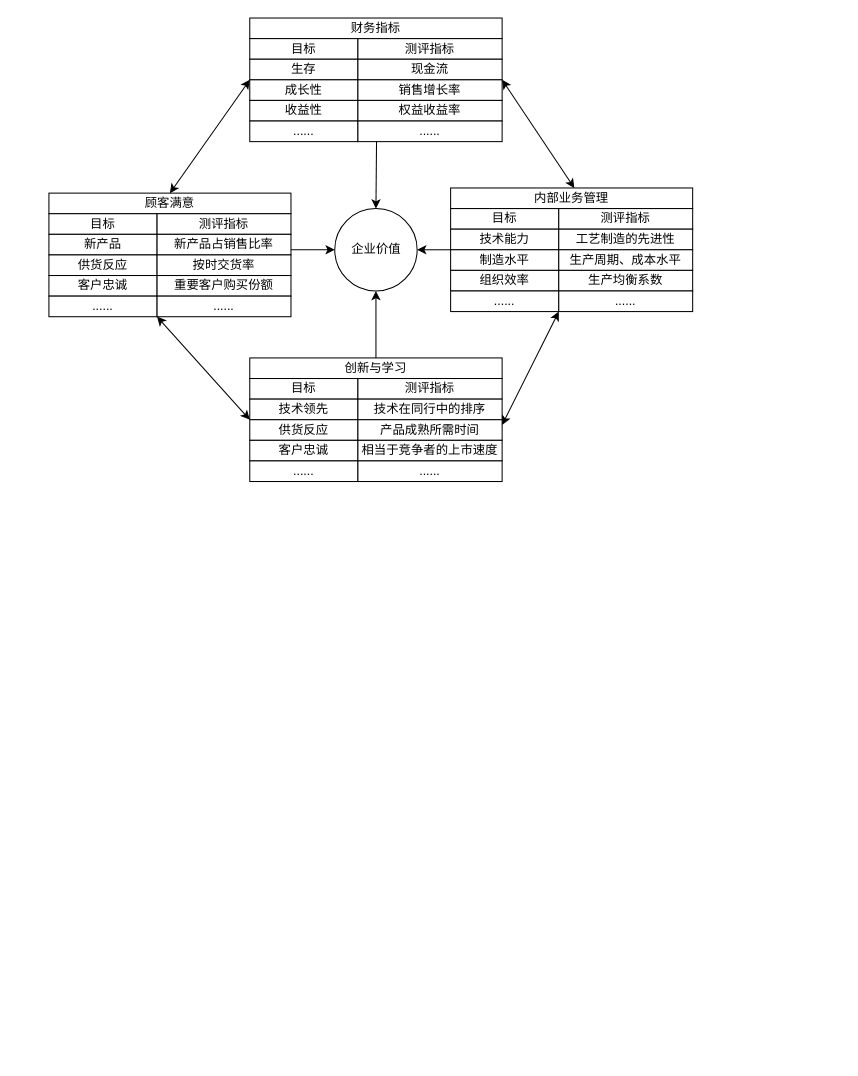
Earlier version of the draw.io diagram page "Page-3" (3 of 4) of strategic_management.drawio (XiaoLiuAI/diagrams). Source tidied: cells renumbered, new cells numbered last; positions are measured from the earlier drawing's top-left corner, leaving out a move shared by most shapes. Both pictures are drawn from the tidied source at 103%, with x=0, y=0 at pixel (48, 18).
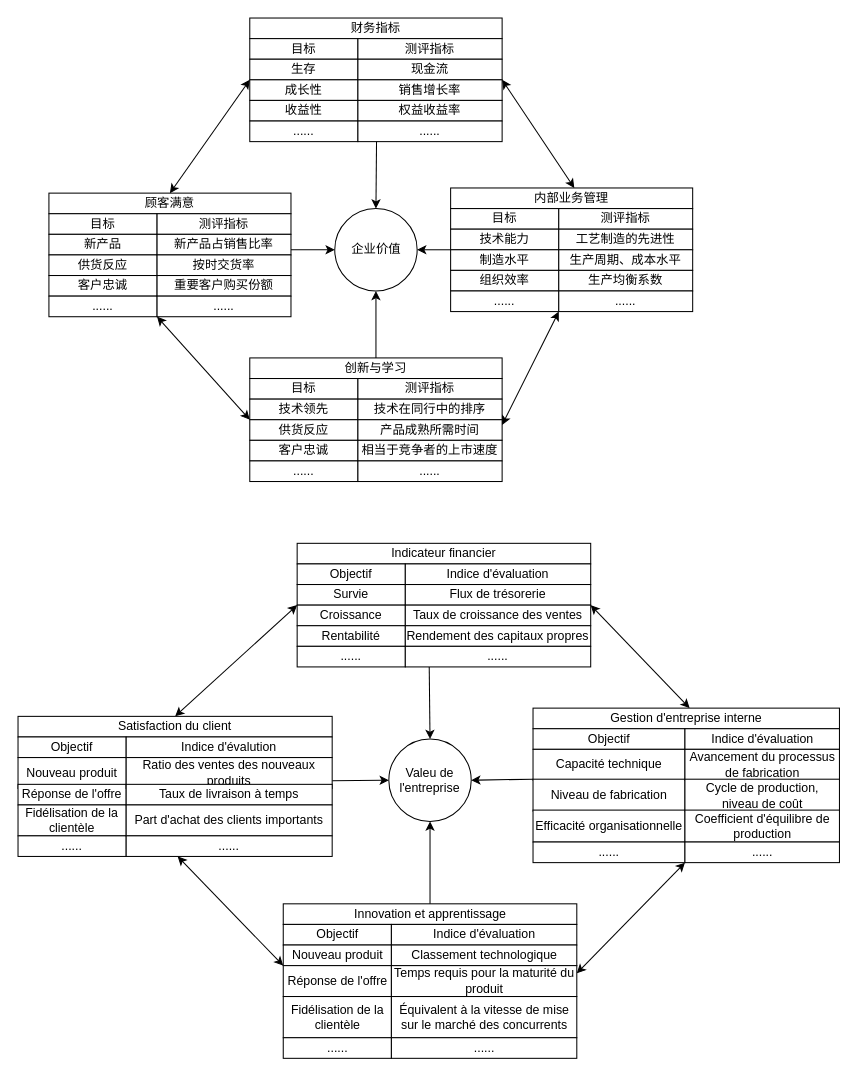
Above is the later version.

What changed in the source:
```diff
@@
+    <mxCell id="55" value="Indicateur financier" style="rounded=0;whiteSpace=wrap;html=1;" parent="1" vertex="1">
+      <mxGeometry x="241" y="510" width="285" height="20" as="geometry" />
+    </mxCell>
+    <mxCell id="56" value="Objectif" style="rounded=0;whiteSpace=wrap;html=1;" parent="1" vertex="1">
+      <mxGeometry x="241" y="530" width="105" height="20" as="geometry" />
+    </mxCell>
+    <mxCell id="57" value="Survie" style="rounded=0;whiteSpace=wrap;html=1;" parent="1" vertex="1">
+      <mxGeometry x="241" y="550" width="105" height="20" as="geometry" />
+    </mxCell>
+    <mxCell id="58" value="Croissance" style="rounded=0;whiteSpace=wrap;html=1;" parent="1" vertex="1">
+      <mxGeometry x="241" y="570" width="105" height="20" as="geometry" />
+    </mxCell>
+    <mxCell id="59" value="Rentabilité" style="rounded=0;whiteSpace=wrap;html=1;" parent="1" vertex="1">
+      <mxGeometry x="241" y="590" width="105" height="20" as="geometry" />
+    </mxCell>
+    <mxCell id="60" value="......" style="rounded=0;whiteSpace=wrap;html=1;" parent="1" vertex="1">
+      <mxGeometry x="241" y="610" width="105" height="20" as="geometry" />
+    </mxCell>
+    <mxCell id="61" value="Indice d'évaluation" style="rounded=0;whiteSpace=wrap;html=1;" parent="1" vertex="1">
+      <mxGeometry x="346" y="530" width="180" height="20" as="geometry" />
+    </mxCell>
+    <mxCell id="62" value="Flux de trésorerie" style="rounded=0;whiteSpace=wrap;html=1;" parent="1" vertex="1">
+      <mxGeometry x="346" y="550" width="180" height="20" as="geometry" />
+    </mxCell>
+    <mxCell id="63" value="Taux de croissance des ventes" style="rounded=0;whiteSpace=wrap;html=1;" parent="1" vertex="1">
+      <mxGeometry x="346" y="570" width="180" height="20" as="geometry" />
+    </mxCell>
+    <mxCell id="64" value="Rendement des capitaux propres" style="rounded=0;whiteSpace=wrap;html=1;" parent="1" vertex="1">
+      <mxGeometry x="346" y="590" width="180" height="20" as="geometry" />
+    </mxCell>
+    <mxCell id="65" value="......" style="rounded=0;whiteSpace=wrap;html=1;" parent="1" vertex="1">
+      <mxGeometry x="346" y="610" width="180" height="20" as="geometry" />
+    </mxCell>
+    <mxCell id="66" style="endArrow=classic;startArrow=classic;html=1;entryX=0;entryY=0;entryDx=0;entryDy=0;exitX=0.5;exitY=0;exitDx=0;exitDy=0;" parent="1" edge="1" source="87" target="58">
+      <mxGeometry relative="1" as="geometry" />
+    </mxCell>
+    <mxCell id="67" style="endArrow=classic;startArrow=classic;html=1;entryX=1;entryY=0;entryDx=0;entryDy=0;exitX=0.511;exitY=0;exitDx=0;exitDy=0;exitPerimeter=0;" parent="1" edge="1" source="99" target="63">
+      <mxGeometry relative="1" as="geometry" />
+    </mxCell>
+    <mxCell id="68" value="Innovation et apprentissage" style="rounded=0;whiteSpace=wrap;html=1;" parent="1" vertex="1">
+      <mxGeometry x="227.5" y="860" width="285" height="20" as="geometry" />
+    </mxCell>
+    <mxCell id="69" value="Objectif" style="rounded=0;whiteSpace=wrap;html=1;" parent="1" vertex="1">
+      <mxGeometry x="227.5" y="880" width="105" height="20" as="geometry" />
+    </mxCell>
+    <mxCell id="70" value="Nouveau produit" style="rounded=0;whiteSpace=wrap;html=1;" parent="1" vertex="1">
+      <mxGeometry x="227.5" y="900" width="105" height="20" as="geometry" />
+    </mxCell>
+    <mxCell id="71" value="Réponse de l'offre" style="rounded=0;whiteSpace=wrap;html=1;" parent="1" vertex="1">
+      <mxGeometry x="227.5" y="920" width="105" height="30" as="geometry" />
+    </mxCell>
+    <mxCell id="72" value="Fidélisation de la clientèle" style="rounded=0;whiteSpace=wrap;html=1;" parent="1" vertex="1">
+      <mxGeometry x="227.5" y="950" width="105" height="40" as="geometry" />
+    </mxCell>
+    <mxCell id="73" value="......" style="rounded=0;whiteSpace=wrap;html=1;" parent="1" vertex="1">
+      <mxGeometry x="227.5" y="990" width="105" height="20" as="geometry" />
+    </mxCell>
+    <mxCell id="74" value="Indice d'évaluation" style="rounded=0;whiteSpace=wrap;html=1;" parent="1" vertex="1">
+      <mxGeometry x="332.5" y="880" width="180" height="20" as="geometry" />
+    </mxCell>
+    <mxCell id="75" value="Classement technologique" style="rounded=0;whiteSpace=wrap;html=1;" parent="1" vertex="1">
+      <mxGeometry x="332.5" y="900" width="180" height="20" as="geometry" />
+    </mxCell>
+    <mxCell id="76" value="Temps requis pour la maturité du produit" style="rounded=0;whiteSpace=wrap;html=1;" parent="1" vertex="1">
+      <mxGeometry x="332.5" y="920" width="180" height="30" as="geometry" />
+    </mxCell>
+    <mxCell id="77" value="&lt;span style=&quot;font-family: &amp;#34;arial&amp;#34;&quot;&gt;&lt;font style=&quot;font-size: 12px&quot;&gt;Équivalent à la vitesse de mise sur le marché des concurrents&lt;/font&gt;&lt;/span&gt;" style="rounded=0;whiteSpace=wrap;html=1;" parent="1" vertex="1">
+      <mxGeometry x="332.5" y="950" width="180" height="40" as="geometry" />
+    </mxCell>
+    <mxCell id="78" value="......" style="rounded=0;whiteSpace=wrap;html=1;" parent="1" vertex="1">
+      <mxGeometry x="332.5" y="990" width="180" height="20" as="geometry" />
+    </mxCell>
+    <mxCell id="79" style="endArrow=classic;startArrow=classic;html=1;entryX=1;entryY=0.25;entryDx=0;entryDy=0;exitX=0;exitY=1;exitDx=0;exitDy=0;" parent="1" edge="1" source="109" target="76">
+      <mxGeometry relative="1" as="geometry" />
+    </mxCell>
+    <mxCell id="80" style="endArrow=classic;startArrow=classic;html=1;entryX=0;entryY=0;entryDx=0;entryDy=0;exitX=0.25;exitY=1;exitDx=0;exitDy=0;" parent="1" edge="1" source="97" target="71">
+      <mxGeometry relative="1" as="geometry" />
+    </mxCell>
+    <mxCell id="81" value="Valeu de l'entreprise" style="ellipse;whiteSpace=wrap;html=1;" parent="1" vertex="1">
+      <mxGeometry x="330" y="700" width="80" height="80" as="geometry" />
+    </mxCell>
+    <mxCell id="82" style="endArrow=classic;html=1;exitX=0.129;exitY=1;exitDx=0;exitDy=0;entryX=0.5;entryY=0;entryDx=0;entryDy=0;exitPerimeter=0;" parent="1" edge="1" source="65" target="81">
+      <mxGeometry relative="1" as="geometry" />
+    </mxCell>
+    <mxCell id="83" style="endArrow=classic;html=1;exitX=1;exitY=0.75;exitDx=0;exitDy=0;" parent="1" edge="1" source="94" target="81">
+      <mxGeometry relative="1" as="geometry" />
+    </mxCell>
+    <mxCell id="84" style="endArrow=classic;html=1;exitX=0;exitY=0;exitDx=0;exitDy=0;entryX=1;entryY=0.5;entryDx=0;entryDy=0;" parent="1" edge="1" source="102" target="81">
+      <mxGeometry relative="1" as="geometry" />
+    </mxCell>
+    <mxCell id="85" style="endArrow=classic;html=1;exitX=0.5;exitY=0;exitDx=0;exitDy=0;entryX=0.5;entryY=1;entryDx=0;entryDy=0;" parent="1" edge="1" source="68" target="81">
+      <mxGeometry relative="1" as="geometry" />
+    </mxCell>
+    <mxCell id="86" style="group;" parent="1" vertex="1">
+      <mxGeometry x="-30" y="678" width="305" height="136" as="geometry" />
+    </mxCell>
+    <mxCell id="87" value="Satisfaction du client" style="rounded=0;whiteSpace=wrap;html=1;" parent="86" vertex="1">
+      <mxGeometry width="305" height="20" as="geometry" />
+    </mxCell>
+    <mxCell id="88" value="Objectif" style="rounded=0;whiteSpace=wrap;html=1;" parent="86" vertex="1">
+      <mxGeometry y="20" width="105" height="20" as="geometry" />
+    </mxCell>
+    <mxCell id="89" value="Nouveau produit" style="rounded=0;whiteSpace=wrap;html=1;" parent="86" vertex="1">
+      <mxGeometry y="40" width="105" height="30" as="geometry" />
+    </mxCell>
+    <mxCell id="90" value="Réponse de l'offre" style="rounded=0;whiteSpace=wrap;html=1;" parent="86" vertex="1">
+      <mxGeometry y="66" width="105" height="20" as="geometry" />
+    </mxCell>
+    <mxCell id="91" value="Fidélisation de la clientèle" style="rounded=0;whiteSpace=wrap;html=1;" parent="86" vertex="1">
+      <mxGeometry y="86" width="105" height="30" as="geometry" />
+    </mxCell>
+    <mxCell id="92" value="......" style="rounded=0;whiteSpace=wrap;html=1;" parent="86" vertex="1">
+      <mxGeometry y="116" width="105" height="20" as="geometry" />
+    </mxCell>
+    <mxCell id="93" value="Indice d'évalution" style="rounded=0;whiteSpace=wrap;html=1;" parent="86" vertex="1">
+      <mxGeometry x="105" y="20" width="200" height="20" as="geometry" />
+    </mxCell>
+    <mxCell id="94" value="Ratio des ventes des nouveaux produits" style="rounded=0;whiteSpace=wrap;html=1;" parent="86" vertex="1">
+      <mxGeometry x="105" y="40" width="200" height="30" as="geometry" />
+    </mxCell>
+    <mxCell id="95" value="Taux de livraison à temps" style="rounded=0;whiteSpace=wrap;html=1;" parent="86" vertex="1">
+      <mxGeometry x="105" y="66" width="200" height="20" as="geometry" />
+    </mxCell>
+    <mxCell id="96" value="Part d'achat des clients importants" style="rounded=0;whiteSpace=wrap;html=1;" parent="86" vertex="1">
+      <mxGeometry x="105" y="86" width="200" height="30" as="geometry" />
+    </mxCell>
+    <mxCell id="97" value="......" style="rounded=0;whiteSpace=wrap;html=1;" parent="86" vertex="1">
+      <mxGeometry x="105" y="116" width="200" height="20" as="geometry" />
+    </mxCell>
+    <mxCell id="98" style="group;" parent="1" vertex="1">
+      <mxGeometry x="470" y="670" width="297.5" height="150" as="geometry" />
+    </mxCell>
+    <mxCell id="99" value="Gestion d'entreprise interne" style="rounded=0;whiteSpace=wrap;html=1;" parent="98" vertex="1">
+      <mxGeometry width="297.5" height="20" as="geometry" />
+    </mxCell>
+    <mxCell id="100" value="Objectif" style="rounded=0;whiteSpace=wrap;html=1;" parent="98" vertex="1">
+      <mxGeometry y="20" width="147.5" height="20" as="geometry" />
+    </mxCell>
+    <mxCell id="101" value="Capacité technique" style="rounded=0;whiteSpace=wrap;html=1;" parent="98" vertex="1">
+      <mxGeometry y="40" width="147.5" height="30" as="geometry" />
+    </mxCell>
+    <mxCell id="102" value="Niveau de fabrication" style="rounded=0;whiteSpace=wrap;html=1;" parent="98" vertex="1">
+      <mxGeometry y="69" width="147.5" height="31" as="geometry" />
+    </mxCell>
+    <mxCell id="103" value="Efficacité organisationnelle" style="rounded=0;whiteSpace=wrap;html=1;" parent="98" vertex="1">
+      <mxGeometry y="99" width="147.5" height="31" as="geometry" />
+    </mxCell>
+    <mxCell id="104" value="......" style="rounded=0;whiteSpace=wrap;html=1;" parent="98" vertex="1">
+      <mxGeometry y="130" width="147.5" height="20" as="geometry" />
+    </mxCell>
+    <mxCell id="105" value="Indice d'évaluation" style="rounded=0;whiteSpace=wrap;html=1;" parent="98" vertex="1">
+      <mxGeometry x="147.5" y="20" width="150" height="20" as="geometry" />
+    </mxCell>
+    <mxCell id="106" value="Avancement du processus de fabrication" style="rounded=0;whiteSpace=wrap;html=1;" parent="98" vertex="1">
+      <mxGeometry x="147.5" y="40" width="150" height="30" as="geometry" />
+    </mxCell>
+    <mxCell id="107" value="Cycle de production, niveau de coût" style="rounded=0;whiteSpace=wrap;html=1;" parent="98" vertex="1">
+      <mxGeometry x="147.5" y="69" width="150" height="31" as="geometry" />
+    </mxCell>
+    <mxCell id="108" value="Coefficient d'équilibre de production" style="rounded=0;whiteSpace=wrap;html=1;" parent="98" vertex="1">
+      <mxGeometry x="147.5" y="99" width="150" height="31" as="geometry" />
+    </mxCell>
+    <mxCell id="109" value="......" style="rounded=0;whiteSpace=wrap;html=1;" parent="98" vertex="1">
+      <mxGeometry x="147.5" y="130" width="150" height="20" as="geometry" />
+    </mxCell>
```
